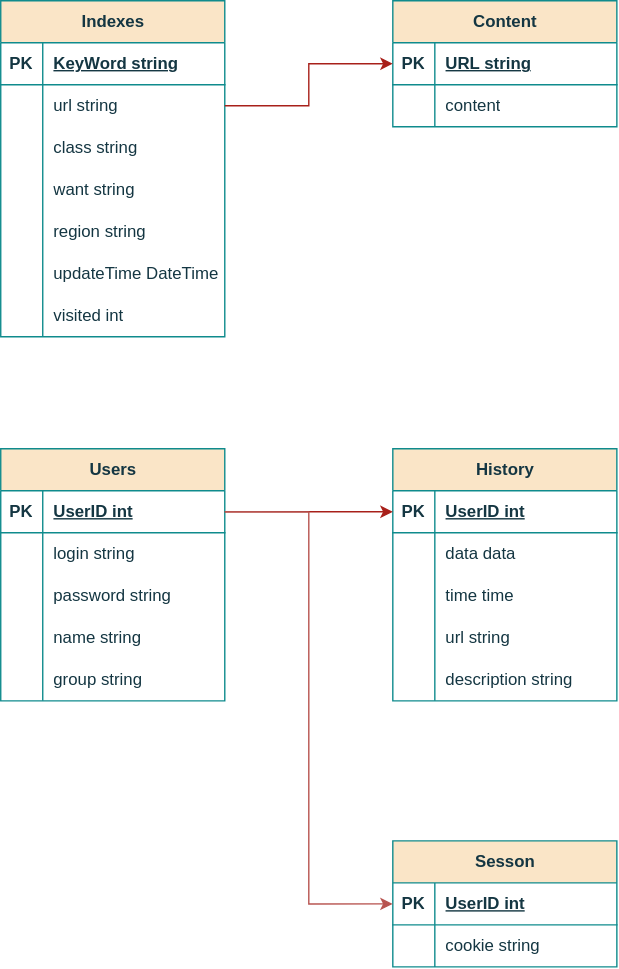
This is img/DBchart.drawio.svg from AlfaIV/TP_highload, a draw.io export, as it was before one commit. Source tidied: cells renumbered, new cells last; positions are measured from the earlier drawing's top-left corner, leaving out a move shared by most shapes.
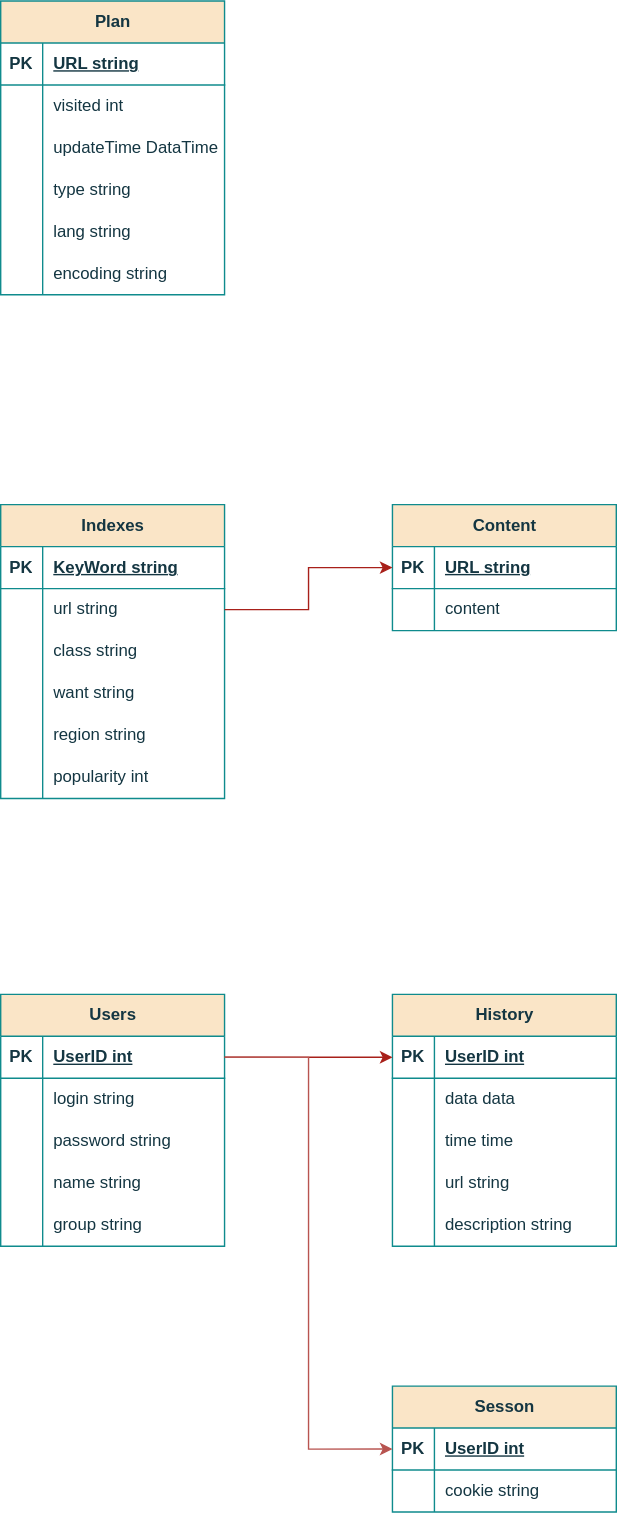
Later version of the same file.

The edit, as a diff of the source:
```diff
@@ -3,7 +3,7 @@
     <mxCell id="0" />
     <mxCell id="1" parent="0" />
     <mxCell id="2" value="Indexes" style="shape=table;startSize=30;rowLines=0;fontStyle=1;align=center;html=1;labelBackgroundColor=none;fillColor=#FAE5C7;strokeColor=#0F8B8D;fontColor=#143642;" parent="1" vertex="1">
-      <mxGeometry width="160" height="240" as="geometry" />
+      <mxGeometry y="-30" width="160" height="210" as="geometry" />
     </mxCell>
     <mxCell id="3" style="shape=tableRow;horizontal=0;startSize=0;swimlaneHead=0;swimlaneBody=0;fillColor=none;top=0;left=0;right=0;bottom=1;labelBackgroundColor=none;strokeColor=#0F8B8D;fontColor=#143642;" parent="2" vertex="1">
       <mxGeometry y="30" width="160" height="30" as="geometry" />
@@ -50,22 +50,13 @@
     <mxCell id="17" value="region string" style="shape=partialRectangle;fillColor=none;top=0;left=0;bottom=0;right=0;align=left;spacingLeft=6;overflow=hidden;whiteSpace=wrap;html=1;labelBackgroundColor=none;strokeColor=#0F8B8D;fontColor=#143642;" parent="15" vertex="1">
       <mxGeometry x="30" width="130" height="30" as="geometry" />
     </mxCell>
-    <mxCell id="18" style="shape=tableRow;horizontal=0;startSize=0;swimlaneHead=0;swimlaneBody=0;fillColor=none;top=0;left=0;right=0;bottom=0;labelBackgroundColor=none;strokeColor=#0F8B8D;fontColor=#143642;" parent="2" vertex="1">
-      <mxGeometry y="180" width="160" height="30" as="geometry" />
-    </mxCell>
-    <mxCell id="19" style="shape=partialRectangle;fillColor=none;top=0;left=0;bottom=0;right=0;overflow=hidden;whiteSpace=wrap;html=1;labelBackgroundColor=none;strokeColor=#0F8B8D;fontColor=#143642;" parent="18" vertex="1">
-      <mxGeometry width="30" height="30" as="geometry" />
-    </mxCell>
-    <mxCell id="20" value="updateTime DateTime" style="shape=partialRectangle;fillColor=none;top=0;left=0;bottom=0;right=0;align=left;spacingLeft=6;overflow=hidden;whiteSpace=wrap;html=1;labelBackgroundColor=none;strokeColor=#0F8B8D;fontColor=#143642;" parent="18" vertex="1">
-      <mxGeometry x="30" width="130" height="30" as="geometry" />
-    </mxCell>
     <mxCell id="21" style="shape=tableRow;horizontal=0;startSize=0;swimlaneHead=0;swimlaneBody=0;fillColor=none;top=0;left=0;right=0;bottom=0;labelBackgroundColor=none;strokeColor=#0F8B8D;fontColor=#143642;" parent="2" vertex="1">
-      <mxGeometry y="210" width="160" height="30" as="geometry" />
+      <mxGeometry y="180" width="160" height="30" as="geometry" />
     </mxCell>
     <mxCell id="22" style="shape=partialRectangle;fillColor=none;top=0;left=0;bottom=0;right=0;overflow=hidden;whiteSpace=wrap;html=1;labelBackgroundColor=none;strokeColor=#0F8B8D;fontColor=#143642;" parent="21" vertex="1">
       <mxGeometry width="30" height="30" as="geometry" />
     </mxCell>
-    <mxCell id="23" value="visited int" style="shape=partialRectangle;fillColor=none;top=0;left=0;bottom=0;right=0;align=left;spacingLeft=6;overflow=hidden;whiteSpace=wrap;html=1;labelBackgroundColor=none;strokeColor=#0F8B8D;fontColor=#143642;" parent="21" vertex="1">
+    <mxCell id="23" value="popularity int" style="shape=partialRectangle;fillColor=none;top=0;left=0;bottom=0;right=0;align=left;spacingLeft=6;overflow=hidden;whiteSpace=wrap;html=1;labelBackgroundColor=none;strokeColor=#0F8B8D;fontColor=#143642;" parent="21" vertex="1">
       <mxGeometry x="30" width="130" height="30" as="geometry" />
     </mxCell>
     <mxCell id="24" value="Users" style="shape=table;startSize=30;rowLines=0;fontStyle=1;align=center;html=1;labelBackgroundColor=none;fillColor=#FAE5C7;strokeColor=#0F8B8D;fontColor=#143642;" parent="1" vertex="1">
@@ -168,7 +159,7 @@
       <mxGeometry relative="1" as="geometry" />
     </mxCell>
     <mxCell id="57" value="Content" style="shape=table;startSize=30;rowLines=0;fontStyle=1;align=center;html=1;labelBackgroundColor=none;fillColor=#FAE5C7;strokeColor=#0F8B8D;fontColor=#143642;" parent="1" vertex="1">
-      <mxGeometry x="280" width="160" height="90" as="geometry" />
+      <mxGeometry x="280" y="-30" width="160" height="90" as="geometry" />
     </mxCell>
     <mxCell id="58" style="shape=tableRow;horizontal=0;startSize=0;swimlaneHead=0;swimlaneBody=0;fillColor=none;points=[[0,0.5],[1,0.5]];portConstraint=eastwest;top=0;left=0;right=0;bottom=1;labelBackgroundColor=none;strokeColor=#0F8B8D;fontColor=#143642;" parent="57" vertex="1">
       <mxGeometry y="30" width="160" height="30" as="geometry" />
@@ -215,5 +206,62 @@
     <mxCell id="72" style="edgeStyle=orthogonalEdgeStyle;rounded=0;jettySize=auto;html=1;exitX=1;exitY=0.5;exitDx=0;exitDy=0;entryX=0;entryY=0.5;entryDx=0;entryDy=0;fillColor=#f8cecc;strokeColor=#b85450;" parent="1" edge="1" source="25" target="66">
       <mxGeometry relative="1" as="geometry" />
     </mxCell>
+    <mxCell id="73" value="Plan" style="shape=table;startSize=30;rowLines=0;fontStyle=1;align=center;html=1;labelBackgroundColor=none;fillColor=#FAE5C7;strokeColor=#0F8B8D;fontColor=#143642;" parent="1" vertex="1">
+      <mxGeometry y="-390" width="160" height="210" as="geometry" />
+    </mxCell>
+    <mxCell id="74" style="shape=tableRow;horizontal=0;startSize=0;swimlaneHead=0;swimlaneBody=0;fillColor=none;top=0;left=0;right=0;bottom=1;labelBackgroundColor=none;strokeColor=#0F8B8D;fontColor=#143642;" parent="73" vertex="1">
+      <mxGeometry y="30" width="160" height="30" as="geometry" />
+    </mxCell>
+    <mxCell id="75" value="PK" style="shape=partialRectangle;fillColor=none;top=0;left=0;bottom=0;right=0;fontStyle=1;overflow=hidden;whiteSpace=wrap;html=1;labelBackgroundColor=none;strokeColor=#0F8B8D;fontColor=#143642;" parent="74" vertex="1">
+      <mxGeometry width="30" height="30" as="geometry" />
+    </mxCell>
+    <mxCell id="76" value="URL string" style="shape=partialRectangle;fillColor=none;top=0;left=0;bottom=0;right=0;align=left;spacingLeft=6;fontStyle=5;overflow=hidden;whiteSpace=wrap;html=1;labelBackgroundColor=none;strokeColor=#0F8B8D;fontColor=#143642;" parent="74" vertex="1">
+      <mxGeometry x="30" width="130" height="30" as="geometry" />
+    </mxCell>
+    <mxCell id="77" style="shape=tableRow;horizontal=0;startSize=0;swimlaneHead=0;swimlaneBody=0;fillColor=none;top=0;left=0;right=0;bottom=0;labelBackgroundColor=none;strokeColor=#0F8B8D;fontColor=#143642;" parent="73" vertex="1">
+      <mxGeometry y="60" width="160" height="30" as="geometry" />
+    </mxCell>
+    <mxCell id="78" style="shape=partialRectangle;fillColor=none;top=0;left=0;bottom=0;right=0;overflow=hidden;whiteSpace=wrap;html=1;labelBackgroundColor=none;strokeColor=#0F8B8D;fontColor=#143642;" parent="77" vertex="1">
+      <mxGeometry width="30" height="30" as="geometry" />
+    </mxCell>
+    <mxCell id="79" value="visited int" style="shape=partialRectangle;fillColor=none;top=0;left=0;bottom=0;right=0;align=left;spacingLeft=6;overflow=hidden;whiteSpace=wrap;html=1;labelBackgroundColor=none;strokeColor=#0F8B8D;fontColor=#143642;" parent="77" vertex="1">
+      <mxGeometry x="30" width="130" height="30" as="geometry" />
+    </mxCell>
+    <mxCell id="80" style="shape=tableRow;horizontal=0;startSize=0;swimlaneHead=0;swimlaneBody=0;fillColor=none;top=0;left=0;right=0;bottom=0;labelBackgroundColor=none;strokeColor=#0F8B8D;fontColor=#143642;" parent="73" vertex="1">
+      <mxGeometry y="90" width="160" height="30" as="geometry" />
+    </mxCell>
+    <mxCell id="81" style="shape=partialRectangle;fillColor=none;top=0;left=0;bottom=0;right=0;overflow=hidden;whiteSpace=wrap;html=1;labelBackgroundColor=none;strokeColor=#0F8B8D;fontColor=#143642;" parent="80" vertex="1">
+      <mxGeometry width="30" height="30" as="geometry" />
+    </mxCell>
+    <mxCell id="82" value="updateTime DataTime" style="shape=partialRectangle;fillColor=none;top=0;left=0;bottom=0;right=0;align=left;spacingLeft=6;overflow=hidden;whiteSpace=wrap;html=1;labelBackgroundColor=none;strokeColor=#0F8B8D;fontColor=#143642;" parent="80" vertex="1">
+      <mxGeometry x="30" width="130" height="30" as="geometry" />
+    </mxCell>
+    <mxCell id="83" style="shape=tableRow;horizontal=0;startSize=0;swimlaneHead=0;swimlaneBody=0;fillColor=none;top=0;left=0;right=0;bottom=0;labelBackgroundColor=none;strokeColor=#0F8B8D;fontColor=#143642;" parent="73" vertex="1">
+      <mxGeometry y="120" width="160" height="30" as="geometry" />
+    </mxCell>
+    <mxCell id="84" style="shape=partialRectangle;fillColor=none;top=0;left=0;bottom=0;right=0;overflow=hidden;whiteSpace=wrap;html=1;labelBackgroundColor=none;strokeColor=#0F8B8D;fontColor=#143642;" parent="83" vertex="1">
+      <mxGeometry width="30" height="30" as="geometry" />
+    </mxCell>
+    <mxCell id="85" value="type string" style="shape=partialRectangle;fillColor=none;top=0;left=0;bottom=0;right=0;align=left;spacingLeft=6;overflow=hidden;whiteSpace=wrap;html=1;labelBackgroundColor=none;strokeColor=#0F8B8D;fontColor=#143642;" parent="83" vertex="1">
+      <mxGeometry x="30" width="130" height="30" as="geometry" />
+    </mxCell>
+    <mxCell id="86" style="shape=tableRow;horizontal=0;startSize=0;swimlaneHead=0;swimlaneBody=0;fillColor=none;top=0;left=0;right=0;bottom=0;labelBackgroundColor=none;strokeColor=#0F8B8D;fontColor=#143642;" parent="73" vertex="1">
+      <mxGeometry y="150" width="160" height="30" as="geometry" />
+    </mxCell>
+    <mxCell id="87" style="shape=partialRectangle;fillColor=none;top=0;left=0;bottom=0;right=0;overflow=hidden;whiteSpace=wrap;html=1;labelBackgroundColor=none;strokeColor=#0F8B8D;fontColor=#143642;" parent="86" vertex="1">
+      <mxGeometry width="30" height="30" as="geometry" />
+    </mxCell>
+    <mxCell id="88" value="lang string" style="shape=partialRectangle;fillColor=none;top=0;left=0;bottom=0;right=0;align=left;spacingLeft=6;overflow=hidden;whiteSpace=wrap;html=1;labelBackgroundColor=none;strokeColor=#0F8B8D;fontColor=#143642;" parent="86" vertex="1">
+      <mxGeometry x="30" width="130" height="30" as="geometry" />
+    </mxCell>
+    <mxCell id="18" style="shape=tableRow;horizontal=0;startSize=0;swimlaneHead=0;swimlaneBody=0;fillColor=none;top=0;left=0;right=0;bottom=0;labelBackgroundColor=none;strokeColor=#0F8B8D;fontColor=#143642;" parent="73" vertex="1">
+      <mxGeometry y="180" width="160" height="30" as="geometry" />
+    </mxCell>
+    <mxCell id="89" style="shape=partialRectangle;fillColor=none;top=0;left=0;bottom=0;right=0;overflow=hidden;whiteSpace=wrap;html=1;labelBackgroundColor=none;strokeColor=#0F8B8D;fontColor=#143642;" parent="18" vertex="1">
+      <mxGeometry width="30" height="30" as="geometry" />
+    </mxCell>
+    <mxCell id="90" value="encoding string" style="shape=partialRectangle;fillColor=none;top=0;left=0;bottom=0;right=0;align=left;spacingLeft=6;overflow=hidden;whiteSpace=wrap;html=1;labelBackgroundColor=none;strokeColor=#0F8B8D;fontColor=#143642;" parent="18" vertex="1">
+      <mxGeometry x="30" width="130" height="30" as="geometry" />
+    </mxCell>
   </root>
 </mxGraphModel>
```
